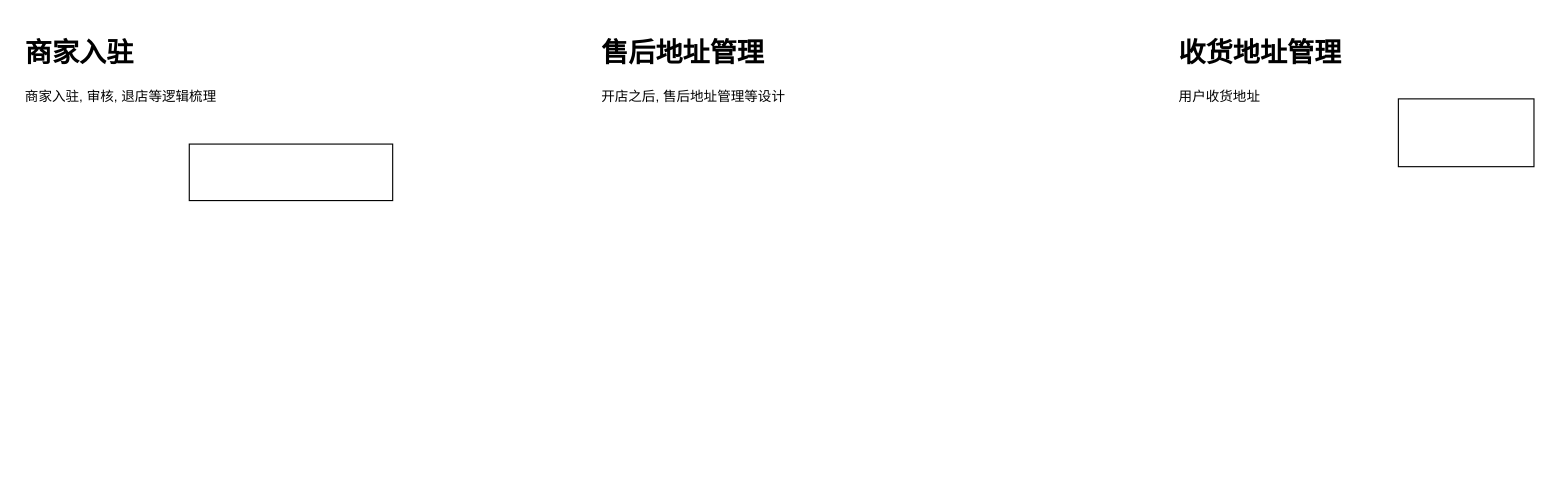
The draw.io diagram space1/流程设计草稿.drawio in naccoit/drawio, before the edit. Source tidied: cells renumbered, new cells numbered last; positions are measured from the earlier drawing's top-left corner, leaving out a move shared by most shapes. Both pictures are drawn from the tidied source at 113%, with x=0, y=0 at pixel (19, 31).
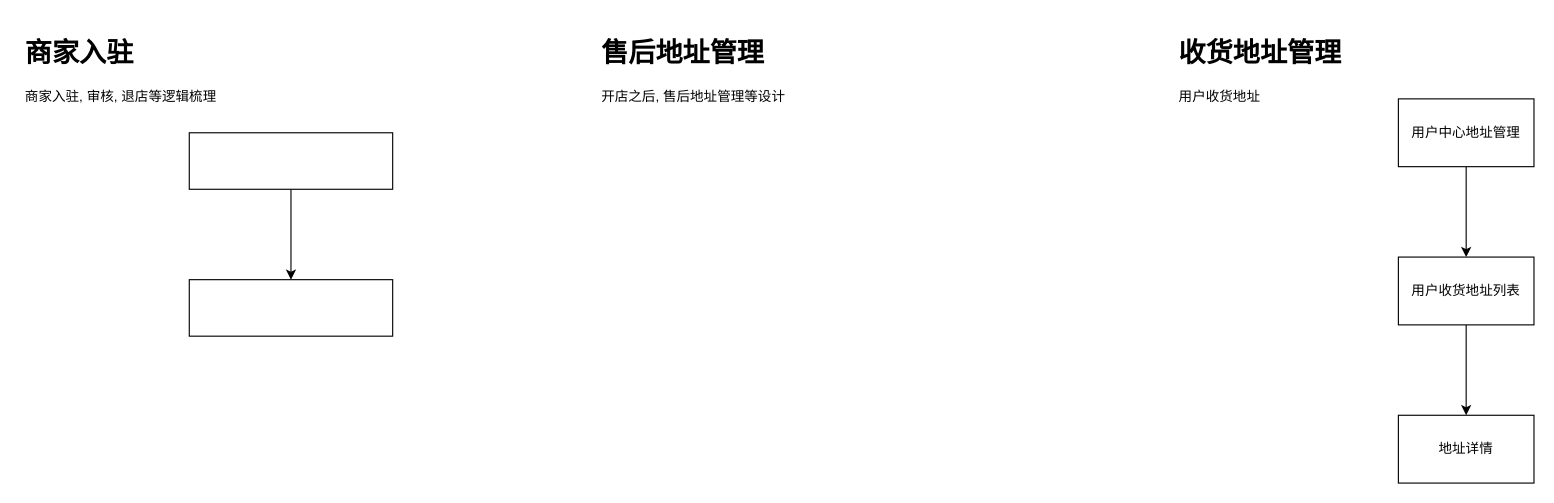
The same page after the edit.

Commit message:
更新流程设计草稿.drawio

The edit, as a diff of the source:
```diff
@@
 <mxGraphModel>
   <root>
     <mxCell id="0" />
     <mxCell id="1" parent="0" />
+    <mxCell id="7" style="edgeStyle=orthogonalEdgeStyle;rounded=0;jettySize=auto;html=1;" parent="1" edge="1" source="2" target="9">
+      <mxGeometry relative="1" as="geometry" />
+    </mxCell>
     <mxCell id="2" style="rounded=0;whiteSpace=wrap;html=1;" parent="1" vertex="1">
-      <mxGeometry x="150" y="100" width="180" height="50" as="geometry" />
+      <mxGeometry x="150" y="90" width="180" height="50" as="geometry" />
     </mxCell>
     <mxCell id="3" value="&lt;h1&gt;商家入驻&lt;/h1&gt;&lt;div&gt;商家入驻, 审核, 退店等逻辑梳理&lt;/div&gt;" style="text;html=1;strokeColor=none;fillColor=none;spacing=5;spacingTop=-20;whiteSpace=wrap;overflow=hidden;rounded=0;" parent="1" vertex="1">
       <mxGeometry width="190" height="120" as="geometry" />
     </mxCell>
     <mxCell id="4" value="&lt;h1&gt;售后地址管理&lt;/h1&gt;&lt;div&gt;开店之后, 售后地址管理等设计&lt;/div&gt;" style="text;html=1;strokeColor=none;fillColor=none;spacing=5;spacingTop=-20;whiteSpace=wrap;overflow=hidden;rounded=0;" parent="1" vertex="1">
       <mxGeometry x="510" width="190" height="120" as="geometry" />
     </mxCell>
     <mxCell id="5" value="&lt;h1&gt;收货地址管理&lt;/h1&gt;&lt;div&gt;用户收货地址&lt;/div&gt;" style="text;html=1;strokeColor=none;fillColor=none;spacing=5;spacingTop=-20;whiteSpace=wrap;overflow=hidden;rounded=0;" parent="1" vertex="1">
       <mxGeometry x="1021" width="190" height="120" as="geometry" />
     </mxCell>
+    <mxCell id="8" style="edgeStyle=orthogonalEdgeStyle;rounded=0;jettySize=auto;html=1;" parent="1" edge="1" source="6" target="11">
+      <mxGeometry relative="1" as="geometry" />
+    </mxCell>
-    <mxCell id="6" style="rounded=0;whiteSpace=wrap;html=1;" parent="1" vertex="1">
+    <mxCell id="6" value="用户中心地址管理" style="rounded=0;whiteSpace=wrap;html=1;" parent="1" vertex="1">
       <mxGeometry x="1220" y="60" width="120" height="60" as="geometry" />
     </mxCell>
+    <mxCell id="9" style="rounded=0;whiteSpace=wrap;html=1;" parent="1" vertex="1">
+      <mxGeometry x="150" y="220" width="180" height="50" as="geometry" />
+    </mxCell>
+    <mxCell id="10" style="edgeStyle=orthogonalEdgeStyle;rounded=0;jettySize=auto;html=1;" parent="1" edge="1" source="11" target="12">
+      <mxGeometry relative="1" as="geometry" />
+    </mxCell>
+    <mxCell id="11" value="用户收货地址列表" style="whiteSpace=wrap;html=1;rounded=0;" parent="1" vertex="1">
+      <mxGeometry x="1220" y="200" width="120" height="60" as="geometry" />
+    </mxCell>
+    <mxCell id="12" value="地址详情" style="whiteSpace=wrap;html=1;rounded=0;direction=west;" parent="1" vertex="1">
+      <mxGeometry x="1220" y="340" width="120" height="60" as="geometry" />
+    </mxCell>
   </root>
 </mxGraphModel>
```
